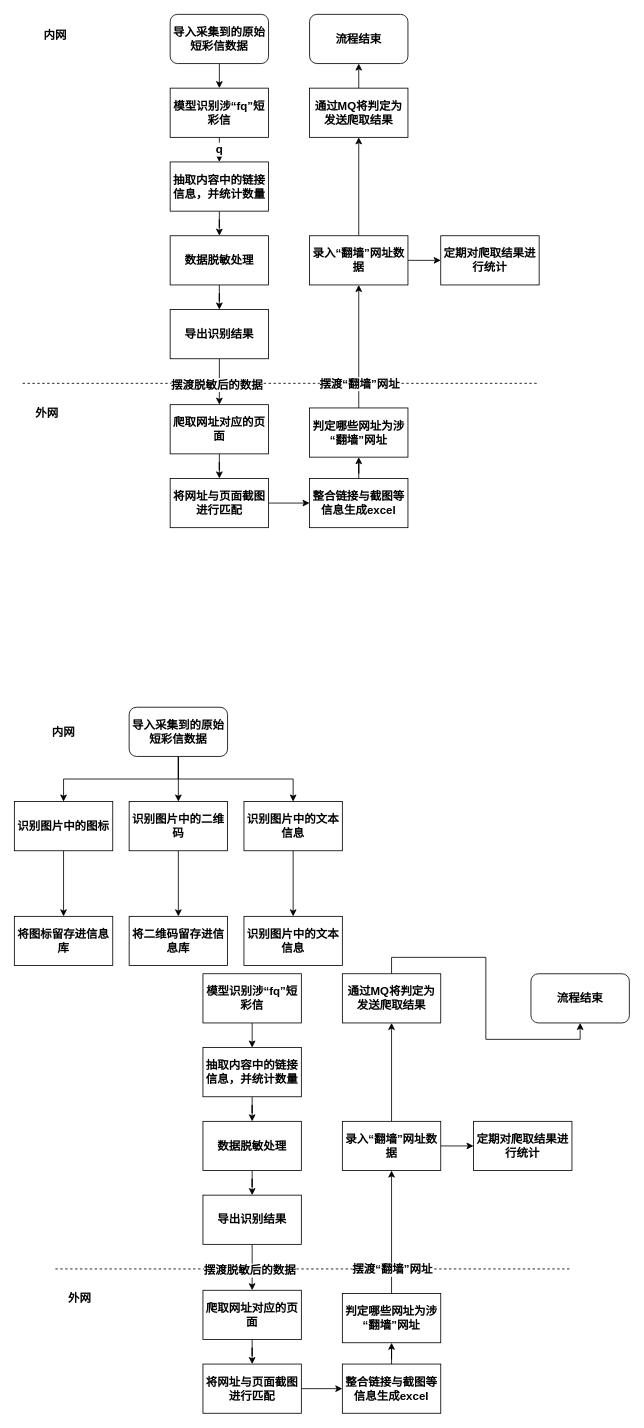
Earlier version of the draw.io diagram dcx/基本设计概念和处理流程.drawio (zwnop/draw-io-repo). Source tidied: cells renumbered, new cells numbered last; positions are measured from the earlier drawing's top-left corner, leaving out a move shared by most shapes. Both pictures are drawn from the tidied source at 82%, with x=0, y=0 at pixel (14, 14).
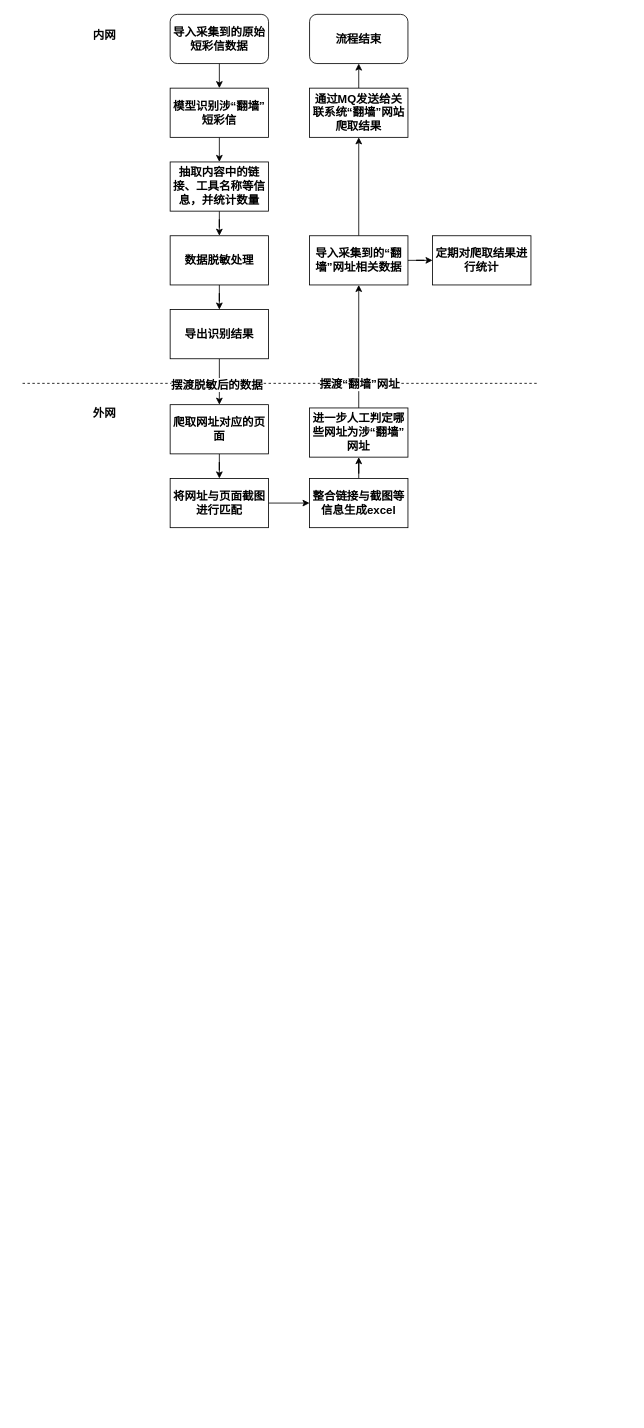
Above is the later version.

Commit message:
更新基本设计概念和处理流程.drawio

Change to the diagram source:
```diff
@@
-    <mxCell id="2" value="q" style="edgeStyle=orthogonalEdgeStyle;rounded=0;jettySize=auto;html=1;exitX=0.5;exitY=1;exitDx=0;exitDy=0;entryX=0.5;entryY=0;entryDx=0;entryDy=0;fontSize=14;fontStyle=1;" parent="1" edge="1" source="3" target="11">
+    <mxCell id="2" style="edgeStyle=orthogonalEdgeStyle;rounded=0;jettySize=auto;html=1;exitX=0.5;exitY=1;exitDx=0;exitDy=0;entryX=0.5;entryY=0;entryDx=0;entryDy=0;fontSize=14;fontStyle=1;" parent="1" edge="1" source="3" target="11">
       <mxGeometry relative="1" as="geometry" />
     </mxCell>
-    <mxCell id="3" value="模型识别涉“fq”短彩信" style="rounded=0;whiteSpace=wrap;html=1;fontSize=14;fontStyle=1;" parent="1" vertex="1">
+    <mxCell id="3" value="模型识别涉“翻墙”短彩信" style="rounded=0;whiteSpace=wrap;html=1;fontSize=14;fontStyle=1;" parent="1" vertex="1">
       <mxGeometry x="190" y="90" width="120" height="60" as="geometry" />
     </mxCell>
@@
     <mxCell id="8" value="外网" style="text;html=1;align=center;verticalAlign=middle;whiteSpace=wrap;rounded=0;fontSize=14;fontStyle=1;" parent="1" vertex="1">
-      <mxGeometry x="10" y="471" width="60" height="30" as="geometry" />
+      <mxGeometry x="80" y="471" width="60" height="30" as="geometry" />
     </mxCell>
     <mxCell id="9" value="内网" style="text;html=1;align=center;verticalAlign=middle;whiteSpace=wrap;rounded=0;fontSize=14;fontStyle=1;" parent="1" vertex="1">
-      <mxGeometry x="20" y="10" width="60" height="30" as="geometry" />
+      <mxGeometry x="80" y="10" width="60" height="30" as="geometry" />
     </mxCell>
@@
-    <mxCell id="11" value="抽取内容中的链接信息，并统计数量" style="rounded=0;whiteSpace=wrap;html=1;fontSize=14;fontStyle=1;" parent="1" vertex="1">
+    <mxCell id="11" value="抽取内容中的链接、工具名称等信息，并统计数量" style="rounded=0;whiteSpace=wrap;html=1;fontSize=14;fontStyle=1;" parent="1" vertex="1">
       <mxGeometry x="190" y="180" width="120" height="60" as="geometry" />
     </mxCell>
@@
-    <mxCell id="23" value="录入“翻墙”网址数据" style="rounded=0;whiteSpace=wrap;html=1;fontSize=14;fontStyle=1;" parent="1" vertex="1">
+    <mxCell id="23" value="导入采集到的“翻墙”网址相关数据" style="rounded=0;whiteSpace=wrap;html=1;fontSize=14;fontStyle=1;" parent="1" vertex="1">
       <mxGeometry x="360" y="270" width="120" height="60" as="geometry" />
     </mxCell>
@@
-    <mxCell id="26" value="判定哪些网址为涉“翻墙”网址" style="rounded=0;whiteSpace=wrap;html=1;fontSize=14;fontStyle=1;" parent="1" vertex="1">
+    <mxCell id="26" value="进一步人工判定哪些网址为涉“翻墙”网址" style="rounded=0;whiteSpace=wrap;html=1;fontSize=14;fontStyle=1;" parent="1" vertex="1">
       <mxGeometry x="360" y="480" width="120" height="60" as="geometry" />
     </mxCell>
@@
-    <mxCell id="28" value="通过MQ将判定为发送爬取结果" style="rounded=0;whiteSpace=wrap;html=1;fontSize=14;fontStyle=1;" parent="1" vertex="1">
+    <mxCell id="28" value="通过MQ发送给关联系统“翻墙”网站爬取结果" style="rounded=0;whiteSpace=wrap;html=1;fontSize=14;fontStyle=1;" parent="1" vertex="1">
       <mxGeometry x="360" y="90" width="120" height="60" as="geometry" />
     </mxCell>
     <mxCell id="29" value="定期对爬取结果进行统计" style="rounded=0;whiteSpace=wrap;html=1;fontSize=14;fontStyle=1;" parent="1" vertex="1">
-      <mxGeometry x="520" y="270" width="120" height="60" as="geometry" />
+      <mxGeometry x="510" y="270" width="120" height="60" as="geometry" />
     </mxCell>
@@
-    <mxCell id="32" style="edgeStyle=orthogonalEdgeStyle;rounded=0;jettySize=auto;html=1;exitX=0.5;exitY=1;exitDx=0;exitDy=0;entryX=0.5;entryY=0;entryDx=0;entryDy=0;fontSize=14;fontStyle=1;" parent="1" edge="1" source="33" target="40">
-      <mxGeometry relative="1" as="geometry" />
-    </mxCell>
-    <mxCell id="33" value="模型识别涉“fq”短彩信" style="rounded=0;whiteSpace=wrap;html=1;fontSize=14;fontStyle=1;" parent="1" vertex="1">
-      <mxGeometry x="230" y="1170" width="120" height="60" as="geometry" />
-    </mxCell>
-    <mxCell id="34" style="edgeStyle=orthogonalEdgeStyle;rounded=0;jettySize=auto;html=1;fontSize=14;fontStyle=1;" parent="1" edge="1" source="35" target="47">
-      <mxGeometry relative="1" as="geometry" />
-    </mxCell>
-    <mxCell id="35" value="爬取网址对应的页面" style="rounded=0;whiteSpace=wrap;html=1;fontSize=14;fontStyle=1;" parent="1" vertex="1">
-      <mxGeometry x="230" y="1556" width="120" height="60" as="geometry" />
-    </mxCell>
-    <mxCell id="36" style="endArrow=none;dashed=1;html=1;rounded=0;fontSize=14;fontStyle=1;" parent="1" edge="1">
-      <mxGeometry relative="1" as="geometry">
-        <mxPoint x="50" y="1530" as="sourcePoint" />
-        <mxPoint x="680" y="1530" as="targetPoint" />
-      </mxGeometry>
-    </mxCell>
-    <mxCell id="37" value="外网" style="text;html=1;align=center;verticalAlign=middle;whiteSpace=wrap;rounded=0;fontSize=14;fontStyle=1;" parent="1" vertex="1">
-      <mxGeometry x="50" y="1551" width="60" height="30" as="geometry" />
-    </mxCell>
-    <mxCell id="38" value="内网" style="text;html=1;align=center;verticalAlign=middle;whiteSpace=wrap;rounded=0;fontSize=14;fontStyle=1;" parent="1" vertex="1">
-      <mxGeometry x="30" y="860" width="60" height="30" as="geometry" />
-    </mxCell>
-    <mxCell id="39" style="edgeStyle=orthogonalEdgeStyle;rounded=0;jettySize=auto;html=1;fontSize=14;fontStyle=1;" parent="1" edge="1" source="40" target="42">
-      <mxGeometry relative="1" as="geometry" />
-    </mxCell>
-    <mxCell id="40" value="抽取内容中的链接信息，并统计数量" style="rounded=0;whiteSpace=wrap;html=1;fontSize=14;fontStyle=1;" parent="1" vertex="1">
-      <mxGeometry x="230" y="1260" width="120" height="60" as="geometry" />
-    </mxCell>
-    <mxCell id="41" style="edgeStyle=orthogonalEdgeStyle;rounded=0;jettySize=auto;html=1;fontSize=14;fontStyle=1;" parent="1" edge="1" source="42" target="45">
-      <mxGeometry relative="1" as="geometry" />
-    </mxCell>
-    <mxCell id="42" value="数据脱敏处理" style="rounded=0;whiteSpace=wrap;html=1;fontSize=14;fontStyle=1;" parent="1" vertex="1">
-      <mxGeometry x="230" y="1350" width="120" height="60" as="geometry" />
-    </mxCell>
-    <mxCell id="43" style="edgeStyle=orthogonalEdgeStyle;rounded=0;jettySize=auto;html=1;exitX=0.5;exitY=1;exitDx=0;exitDy=0;fontSize=14;fontStyle=1;" parent="1" edge="1" source="45" target="35">
-      <mxGeometry relative="1" as="geometry" />
-    </mxCell>
-    <mxCell id="44" value="&lt;span&gt;&lt;font&gt;摆渡脱敏后的数据&lt;/font&gt;&lt;/span&gt;" style="edgeLabel;html=1;align=center;verticalAlign=middle;fontSize=14;fontStyle=1;" parent="43" vertex="1">
-      <mxGeometry x="0.1" y="-4" relative="1" as="geometry" />
-    </mxCell>
-    <mxCell id="45" value="导出识别结果" style="rounded=0;whiteSpace=wrap;html=1;fontSize=14;fontStyle=1;" parent="1" vertex="1">
-      <mxGeometry x="230" y="1440" width="120" height="60" as="geometry" />
-    </mxCell>
-    <mxCell id="46" style="edgeStyle=orthogonalEdgeStyle;rounded=0;jettySize=auto;html=1;fontSize=14;fontStyle=1;" parent="1" edge="1" source="47" target="49">
-      <mxGeometry relative="1" as="geometry" />
-    </mxCell>
-    <mxCell id="47" value="将网址与页面截图进行匹配" style="rounded=0;whiteSpace=wrap;html=1;fontSize=14;fontStyle=1;" parent="1" vertex="1">
-      <mxGeometry x="230" y="1646" width="120" height="60" as="geometry" />
-    </mxCell>
-    <mxCell id="48" style="edgeStyle=orthogonalEdgeStyle;rounded=0;jettySize=auto;html=1;fontSize=14;fontStyle=1;" parent="1" edge="1" source="49" target="55">
-      <mxGeometry relative="1" as="geometry" />
-    </mxCell>
-    <mxCell id="49" value="整合链接与截图等信息生成excel" style="rounded=0;whiteSpace=wrap;html=1;fontSize=14;fontStyle=1;" parent="1" vertex="1">
-      <mxGeometry x="400" y="1646" width="120" height="60" as="geometry" />
-    </mxCell>
-    <mxCell id="50" style="edgeStyle=orthogonalEdgeStyle;rounded=0;jettySize=auto;html=1;fontSize=14;fontStyle=1;" parent="1" edge="1" source="52" target="57">
-      <mxGeometry relative="1" as="geometry" />
-    </mxCell>
-    <mxCell id="51" style="edgeStyle=orthogonalEdgeStyle;rounded=0;jettySize=auto;html=1;fontSize=14;fontStyle=1;" parent="1" edge="1" source="52" target="58">
-      <mxGeometry relative="1" as="geometry" />
-    </mxCell>
-    <mxCell id="52" value="录入“翻墙”网址数据" style="rounded=0;whiteSpace=wrap;html=1;fontSize=14;fontStyle=1;" parent="1" vertex="1">
-      <mxGeometry x="400" y="1350" width="120" height="60" as="geometry" />
-    </mxCell>
-    <mxCell id="53" style="edgeStyle=orthogonalEdgeStyle;rounded=0;jettySize=auto;html=1;entryX=0.5;entryY=1;entryDx=0;entryDy=0;fontSize=14;fontStyle=1;" parent="1" edge="1" source="55" target="52">
-      <mxGeometry relative="1" as="geometry" />
-    </mxCell>
-    <mxCell id="54" value="&lt;span style=&quot;font-size: 14px; font-weight: 700;&quot;&gt;摆渡“翻墙”网址&lt;/span&gt;" style="edgeLabel;html=1;align=center;verticalAlign=middle;" parent="53" vertex="1">
-      <mxGeometry x="-0.17" y="-3" relative="1" as="geometry">
-        <mxPoint x="-3" y="32" as="offset" />
-      </mxGeometry>
-    </mxCell>
-    <mxCell id="55" value="判定哪些网址为涉“翻墙”网址" style="rounded=0;whiteSpace=wrap;html=1;fontSize=14;fontStyle=1;" parent="1" vertex="1">
-      <mxGeometry x="400" y="1560" width="120" height="60" as="geometry" />
-    </mxCell>
-    <mxCell id="56" style="edgeStyle=orthogonalEdgeStyle;rounded=0;jettySize=auto;html=1;exitX=0.5;exitY=0;exitDx=0;exitDy=0;entryX=0.5;entryY=1;entryDx=0;entryDy=0;fontSize=14;fontStyle=1;" parent="1" edge="1" source="57" target="63">
-      <mxGeometry relative="1" as="geometry" />
-    </mxCell>
-    <mxCell id="57" value="通过MQ将判定为发送爬取结果" style="rounded=0;whiteSpace=wrap;html=1;fontSize=14;fontStyle=1;" parent="1" vertex="1">
-      <mxGeometry x="400" y="1170" width="120" height="60" as="geometry" />
-    </mxCell>
-    <mxCell id="58" value="定期对爬取结果进行统计" style="rounded=0;whiteSpace=wrap;html=1;fontSize=14;fontStyle=1;" parent="1" vertex="1">
-      <mxGeometry x="560" y="1350" width="120" height="60" as="geometry" />
-    </mxCell>
-    <mxCell id="59" style="edgeStyle=orthogonalEdgeStyle;rounded=0;jettySize=auto;html=1;" parent="1" edge="1" source="62" target="67">
-      <mxGeometry relative="1" as="geometry" />
-    </mxCell>
-    <mxCell id="60" style="edgeStyle=orthogonalEdgeStyle;rounded=0;jettySize=auto;html=1;exitX=0.5;exitY=1;exitDx=0;exitDy=0;" parent="1" edge="1" source="62" target="65">
-      <mxGeometry relative="1" as="geometry" />
-    </mxCell>
-    <mxCell id="61" style="edgeStyle=orthogonalEdgeStyle;rounded=0;jettySize=auto;html=1;exitX=0.5;exitY=1;exitDx=0;exitDy=0;entryX=0.5;entryY=0;entryDx=0;entryDy=0;" parent="1" edge="1" source="62" target="69">
-      <mxGeometry relative="1" as="geometry" />
-    </mxCell>
-    <mxCell id="62" value="导入采集到的原始短彩信数据" style="rounded=1;whiteSpace=wrap;html=1;fontSize=14;fontStyle=1;" parent="1" vertex="1">
-      <mxGeometry x="140" y="845" width="120" height="60" as="geometry" />
-    </mxCell>
-    <mxCell id="63" value="流程结束" style="rounded=1;whiteSpace=wrap;html=1;fontSize=14;fontStyle=1;" parent="1" vertex="1">
-      <mxGeometry x="630" y="1170" width="120" height="60" as="geometry" />
-    </mxCell>
-    <mxCell id="64" style="edgeStyle=orthogonalEdgeStyle;rounded=0;jettySize=auto;html=1;" parent="1" edge="1" source="65" target="72">
-      <mxGeometry relative="1" as="geometry" />
-    </mxCell>
-    <mxCell id="65" value="识别图片中的图标" style="rounded=0;whiteSpace=wrap;html=1;fontSize=14;fontStyle=1;" parent="1" vertex="1">
-      <mxGeometry y="960" width="120" height="60" as="geometry" />
-    </mxCell>
-    <mxCell id="66" style="edgeStyle=orthogonalEdgeStyle;rounded=0;jettySize=auto;html=1;" parent="1" edge="1" source="67" target="70">
-      <mxGeometry relative="1" as="geometry" />
-    </mxCell>
-    <mxCell id="67" value="识别图片中的二维码" style="rounded=0;whiteSpace=wrap;html=1;fontSize=14;fontStyle=1;" parent="1" vertex="1">
-      <mxGeometry x="140" y="960" width="120" height="60" as="geometry" />
-    </mxCell>
-    <mxCell id="68" style="edgeStyle=orthogonalEdgeStyle;rounded=0;jettySize=auto;html=1;" parent="1" edge="1" source="69" target="71">
-      <mxGeometry relative="1" as="geometry" />
-    </mxCell>
-    <mxCell id="69" value="识别图片中的文本信息" style="rounded=0;whiteSpace=wrap;html=1;fontSize=14;fontStyle=1;" parent="1" vertex="1">
-      <mxGeometry x="280" y="960" width="120" height="60" as="geometry" />
-    </mxCell>
-    <mxCell id="70" value="将二维码留存进信息库" style="rounded=0;whiteSpace=wrap;html=1;fontSize=14;fontStyle=1;" parent="1" vertex="1">
-      <mxGeometry x="140" y="1100" width="120" height="60" as="geometry" />
-    </mxCell>
-    <mxCell id="71" value="识别图片中的文本信息" style="rounded=0;whiteSpace=wrap;html=1;fontSize=14;fontStyle=1;" parent="1" vertex="1">
-      <mxGeometry x="280" y="1100" width="120" height="60" as="geometry" />
-    </mxCell>
-    <mxCell id="72" value="将图标留存进信息库" style="rounded=0;whiteSpace=wrap;html=1;fontSize=14;fontStyle=1;" parent="1" vertex="1">
-      <mxGeometry y="1100" width="120" height="60" as="geometry" />
-    </mxCell>
```
